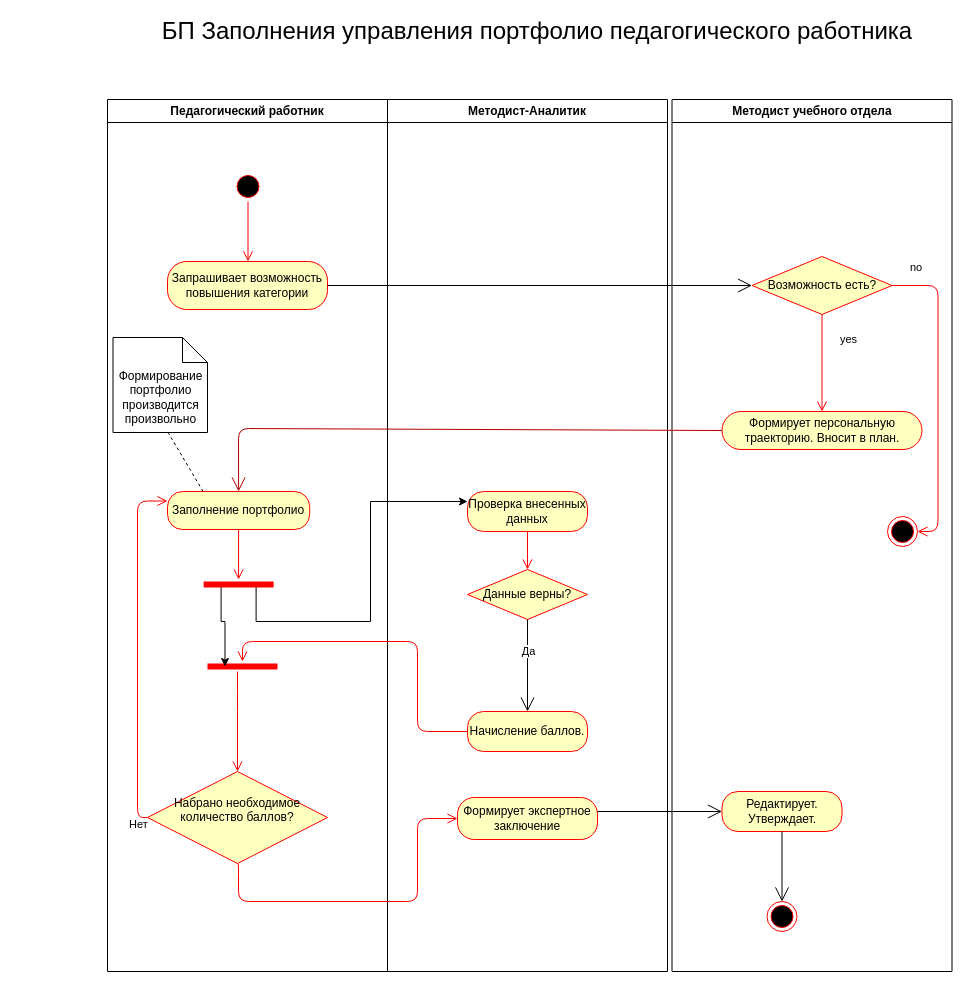
The draw.io diagram Ведение портфолио.drawio in Alexk80/keywords, before the edit. Source tidied: cells renumbered, new cells numbered last; positions are measured from the earlier drawing's top-left corner, leaving out a move shared by most shapes. Both pictures are drawn from the tidied source at 100%, with x=0, y=0 at pixel (107, 21).
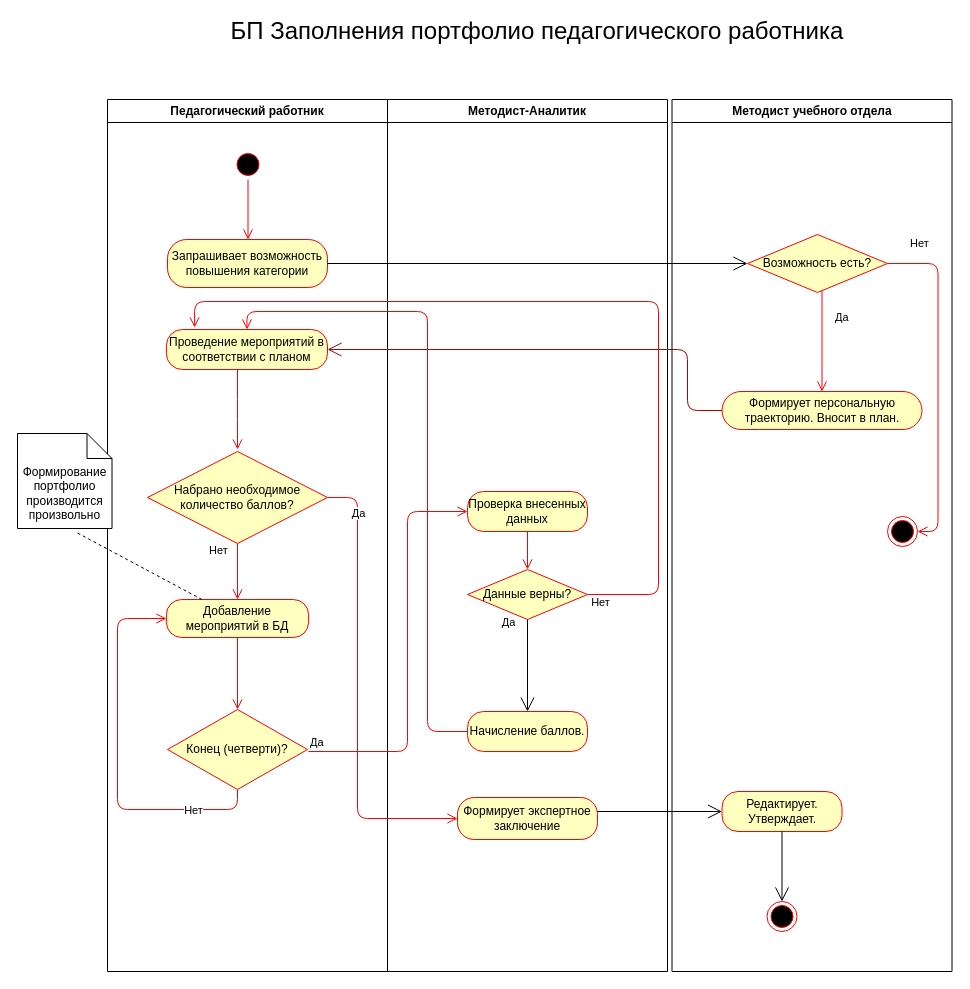
The same page after the edit.

The change refers to these unchanged cells:
```xml
<mxCell id="2" value="Педагогический работник" style="swimlane;whiteSpace=wrap;" parent="1" vertex="1">
  <mxGeometry y="78" width="280" height="872" as="geometry" />
</mxCell>
<mxCell id="14" value="Начисление баллов." style="rounded=1;whiteSpace=wrap;html=1;arcSize=40;fontColor=#000000;fillColor=#ffffc0;strokeColor=#ff0000;" parent="13" vertex="1">
  <mxGeometry x="80" y="612" width="120" height="40" as="geometry" />
</mxCell>
<mxCell id="15" value="Проверка внесенных данных" style="rounded=1;whiteSpace=wrap;html=1;arcSize=40;fontColor=#000000;fillColor=#ffffc0;strokeColor=#ff0000;" parent="13" vertex="1">
  <mxGeometry x="80" y="392" width="120" height="40" as="geometry" />
</mxCell>
<mxCell id="16" value="Данные верны?" style="rhombus;whiteSpace=wrap;html=1;fillColor=#ffffc0;strokeColor=#ff0000;" parent="13" vertex="1">
  <mxGeometry x="80" y="470" width="120" height="50" as="geometry" />
</mxCell>
<mxCell id="18" style="endArrow=open;endFill=1;endSize=12;html=1;entryX=0.5;entryY=0;entryDx=0;entryDy=0;exitX=0.5;exitY=1;exitDx=0;exitDy=0;" parent="13" edge="1" source="16" target="14">
  <mxGeometry relative="1" as="geometry" />
</mxCell>
<mxCell id="20" value="Формирует экспертное заключение" style="rounded=1;whiteSpace=wrap;html=1;arcSize=40;fontColor=#000000;fillColor=#ffffc0;strokeColor=#ff0000;" parent="13" vertex="1">
  <mxGeometry x="70" y="698" width="140" height="42" as="geometry" />
</mxCell>
<mxCell id="22" value="Методист учебного отдела" style="swimlane;whiteSpace=wrap;" parent="1" vertex="1">
  <mxGeometry x="564.5" y="78" width="280" height="872" as="geometry" />
</mxCell>
<mxCell id="26" style="ellipse;html=1;shape=endState;fillColor=#000000;strokeColor=#ff0000;" parent="22" vertex="1">
  <mxGeometry x="215.5" y="417" width="30" height="30" as="geometry" />
</mxCell>
```

What changed in the source:
```diff
@@
     <mxCell id="3" style="ellipse;html=1;shape=startState;fillColor=#000000;strokeColor=#ff0000;" parent="2" vertex="1">
-      <mxGeometry x="125.5" y="72" width="30" height="30" as="geometry" />
+      <mxGeometry x="125.5" y="50" width="30" height="30" as="geometry" />
     </mxCell>
     <mxCell id="4" style="edgeStyle=orthogonalEdgeStyle;html=1;verticalAlign=bottom;endArrow=open;endSize=8;strokeColor=#ff0000;" parent="2" edge="1" source="3">
       <mxGeometry relative="1" as="geometry">
-        <mxPoint x="140.5" y="162" as="targetPoint" />
+        <mxPoint x="140.5" y="140" as="targetPoint" />
       </mxGeometry>
     </mxCell>
     <mxCell id="5" value="Запрашивает возможность повышения категории" style="rounded=1;whiteSpace=wrap;html=1;arcSize=40;fontColor=#000000;fillColor=#ffffc0;strokeColor=#ff0000;" parent="2" vertex="1">
-      <mxGeometry x="60" y="162" width="160" height="48" as="geometry" />
+      <mxGeometry x="60" y="140" width="160" height="48" as="geometry" />
     </mxCell>
-    <mxCell id="6" value="Заполнение портфолио" style="rounded=1;whiteSpace=wrap;html=1;arcSize=40;fontColor=#000000;fillColor=#ffffc0;strokeColor=#ff0000;" parent="2" vertex="1">
-      <mxGeometry x="60" y="392" width="142.2" height="38" as="geometry" />
-    </mxCell>
-    <mxCell id="7" value="Формирование портфолио производится произвольно" style="shape=note2;boundedLbl=1;whiteSpace=wrap;html=1;size=25;verticalAlign=top;align=center;" parent="2" vertex="1">
-      <mxGeometry x="5.5" y="238" width="94.5" height="95" as="geometry" />
-    </mxCell>
-    <mxCell id="8" style="endArrow=none;dashed=1;html=1;exitX=0.25;exitY=0;exitDx=0;exitDy=0;" parent="2" edge="1" source="6">
-      <mxGeometry relative="1" as="geometry">
-        <mxPoint x="60" y="332" as="targetPoint" />
-      </mxGeometry>
-    </mxCell>
-    <mxCell id="9" value="&lt;div&gt;Набрано необходимое количество баллов?&lt;/div&gt;&lt;div&gt;&lt;br&gt;&lt;/div&gt;" style="rhombus;whiteSpace=wrap;html=1;fillColor=#ffffc0;strokeColor=#ff0000;" parent="2" vertex="1">
-      <mxGeometry x="40" y="672" width="180" height="92" as="geometry" />
+    <mxCell id="9" value="&lt;div&gt;Набрано необходимое количество баллов?&lt;/div&gt;" style="rhombus;whiteSpace=wrap;html=1;fillColor=#ffffc0;strokeColor=#ff0000;" parent="2" vertex="1">
+      <mxGeometry x="40" y="352" width="180" height="92" as="geometry" />
     </mxCell>
-    <mxCell id="10" value="Нет" style="edgeStyle=orthogonalEdgeStyle;html=1;align=left;verticalAlign=bottom;endArrow=open;endSize=8;strokeColor=#ff0000;exitX=0;exitY=0.5;exitDx=0;exitDy=0;entryX=0;entryY=0.25;entryDx=0;entryDy=0;" parent="2" edge="1" source="9" target="6">
-      <mxGeometry x="-0.93" y="21" relative="1" as="geometry">
-        <mxPoint x="11" y="18" as="offset" />
-      </mxGeometry>
+    <mxCell id="10" value="Нет" style="edgeStyle=orthogonalEdgeStyle;html=1;align=left;verticalAlign=bottom;endArrow=open;endSize=8;strokeColor=#ff0000;entryX=0.5;entryY=0;entryDx=0;entryDy=0;exitX=0.5;exitY=1;exitDx=0;exitDy=0;" parent="2" edge="1" source="9" target="6">
+      <mxGeometry x="-0.43" y="-30" relative="1" as="geometry" />
     </mxCell>
-    <mxCell id="11" style="shape=line;html=1;strokeWidth=6;strokeColor=#ff0000;" parent="2" vertex="1">
-      <mxGeometry x="100" y="562" width="70" height="10" as="geometry" />
-    </mxCell>
-    <mxCell id="12" style="edgeStyle=orthogonalEdgeStyle;html=1;verticalAlign=bottom;endArrow=open;endSize=8;strokeColor=#ff0000;entryX=0.5;entryY=0;entryDx=0;entryDy=0;" parent="2" edge="1" source="11" target="9">
-      <mxGeometry relative="1" as="geometry">
-        <Array as="points">
-          <mxPoint x="130" y="602" />
-          <mxPoint x="130" y="602" />
-        </Array>
-      </mxGeometry>
-    </mxCell>
+    <mxCell id="40" value="Конец (четверти)?" style="rhombus;whiteSpace=wrap;html=1;fillColor=#ffffc0;strokeColor=#ff0000;" parent="2" vertex="1">
+      <mxGeometry x="60" y="610" width="140" height="80" as="geometry" />
+    </mxCell>
+    <mxCell id="6" value="Добавление мероприятий в БД" style="rounded=1;whiteSpace=wrap;html=1;arcSize=40;fontColor=#000000;fillColor=#ffffc0;strokeColor=#ff0000;" parent="2" vertex="1">
+      <mxGeometry x="58.9" y="500" width="142.2" height="38" as="geometry" />
+    </mxCell>
+    <mxCell id="41" style="edgeStyle=orthogonalEdgeStyle;html=1;verticalAlign=bottom;endArrow=open;endSize=8;strokeColor=#ff0000;exitX=0.5;exitY=1;exitDx=0;exitDy=0;entryX=0;entryY=0.5;entryDx=0;entryDy=0;" parent="2" edge="1" source="40" target="6">
+      <mxGeometry relative="1" as="geometry">
+        <Array as="points">
+          <mxPoint x="130" y="710" />
+          <mxPoint x="10" y="710" />
+          <mxPoint x="10" y="519" />
+        </Array>
+      </mxGeometry>
+    </mxCell>
+    <mxCell id="42" value="Нет" style="edgeLabel;html=1;align=center;verticalAlign=middle;" parent="41" vertex="1">
+      <mxGeometry x="-0.66" relative="1" as="geometry" />
+    </mxCell>
+    <mxCell id="43" value="Проведение мероприятий в соответствии с планом" style="rounded=1;whiteSpace=wrap;html=1;arcSize=40;fontColor=#000000;fillColor=#ffffc0;strokeColor=#ff0000;" parent="2" vertex="1">
+      <mxGeometry x="58.9" y="230" width="161.1" height="40" as="geometry" />
+    </mxCell>
+    <mxCell id="44" style="edgeStyle=orthogonalEdgeStyle;html=1;verticalAlign=bottom;endArrow=open;endSize=8;strokeColor=#ff0000;" parent="2" edge="1" source="43">
+      <mxGeometry relative="1" as="geometry">
+        <mxPoint x="130" y="350" as="targetPoint" />
+        <Array as="points">
+          <mxPoint x="130" y="310" />
+          <mxPoint x="130" y="310" />
+        </Array>
+      </mxGeometry>
+    </mxCell>
+    <mxCell id="36" style="edgeStyle=orthogonalEdgeStyle;html=1;verticalAlign=bottom;endArrow=open;endSize=8;strokeColor=#ff0000;entryX=0.5;entryY=0;entryDx=0;entryDy=0;exitX=0.5;exitY=1;exitDx=0;exitDy=0;" parent="2" edge="1" source="6" target="40">
+      <mxGeometry relative="1" as="geometry" />
+    </mxCell>
@@
     <mxCell id="19" value="&lt;div&gt;Да&lt;/div&gt;" style="edgeLabel;html=1;align=center;verticalAlign=middle;" parent="18" vertex="1">
-      <mxGeometry x="-0.32" relative="1" as="geometry" />
+      <mxGeometry x="-0.32" relative="1" as="geometry">
+        <mxPoint x="-20" y="-29" as="offset" />
+      </mxGeometry>
     </mxCell>
@@
     <mxCell id="23" value="Формирует персональную траекторию. Вносит в план." style="rounded=1;whiteSpace=wrap;html=1;arcSize=50;fontColor=#000000;fillColor=#ffffc0;strokeColor=#ff0000;" parent="22" vertex="1">
-      <mxGeometry x="50" y="312" width="200" height="38" as="geometry" />
+      <mxGeometry x="50" y="292" width="200" height="38" as="geometry" />
     </mxCell>
     <mxCell id="24" value="Возможность есть?" style="rhombus;whiteSpace=wrap;html=1;fillColor=#ffffc0;strokeColor=#ff0000;" parent="22" vertex="1">
-      <mxGeometry x="80" y="157" width="140" height="58" as="geometry" />
+      <mxGeometry x="75.5" y="135" width="140" height="58" as="geometry" />
     </mxCell>
-    <mxCell id="25" value="no" style="edgeStyle=orthogonalEdgeStyle;html=1;align=left;verticalAlign=bottom;endArrow=open;endSize=8;strokeColor=#ff0000;entryX=0.5;entryY=0;entryDx=0;entryDy=0;" parent="22" edge="1" source="24" target="23">
+    <mxCell id="25" value="Нет" style="edgeStyle=orthogonalEdgeStyle;html=1;align=left;verticalAlign=bottom;endArrow=open;endSize=8;strokeColor=#ff0000;entryX=0.5;entryY=0;entryDx=0;entryDy=0;" parent="22" edge="1" source="24" target="23">
       <mxGeometry x="-1" y="94" relative="1" as="geometry">
         <Array as="points">
           <mxPoint x="150" y="292" />
           <mxPoint x="150" y="292" />
         </Array>
         <mxPoint x="-8" y="-38" as="offset" />
       </mxGeometry>
     </mxCell>
@@
-    <mxCell id="27" value="yes" style="edgeStyle=orthogonalEdgeStyle;html=1;align=left;verticalAlign=top;endArrow=open;endSize=8;strokeColor=#ff0000;" parent="22" edge="1" source="24" target="26">
+    <mxCell id="27" value="Да" style="edgeStyle=orthogonalEdgeStyle;html=1;align=left;verticalAlign=top;endArrow=open;endSize=8;strokeColor=#ff0000;exitX=1;exitY=0.5;exitDx=0;exitDy=0;" parent="22" edge="1" source="24" target="26">
       <mxGeometry x="-1" y="-68" relative="1" as="geometry">
         <Array as="points">
-          <mxPoint x="266" y="186" />
+          <mxPoint x="266" y="164" />
           <mxPoint x="266" y="432" />
         </Array>
         <mxPoint x="-54" y="-27" as="offset" />
       </mxGeometry>
     </mxCell>
@@
-    <mxCell id="31" value="&lt;font style=&quot;font-size: 24px&quot;&gt;БП Заполнения управления портфолио педагогического работника&lt;/font&gt;" style="text;html=1;strokeColor=none;fillColor=none;align=center;verticalAlign=middle;whiteSpace=wrap;rounded=0;" parent="1" vertex="1">
+    <mxCell id="31" value="&lt;font style=&quot;font-size: 24px&quot;&gt;БП Заполнения портфолио педагогического работника&lt;/font&gt;" style="text;html=1;strokeColor=none;fillColor=none;align=center;verticalAlign=middle;whiteSpace=wrap;rounded=0;" parent="1" vertex="1">
       <mxGeometry x="40" width="780" height="20" as="geometry" />
     </mxCell>
-    <mxCell id="32" style="endArrow=open;endFill=1;endSize=12;html=1;exitX=0;exitY=0.5;exitDx=0;exitDy=0;entryX=0.5;entryY=0;entryDx=0;entryDy=0;fillColor=#e51400;strokeColor=#B20000;" parent="1" edge="1" source="23" target="6">
+    <mxCell id="32" style="endArrow=open;endFill=1;endSize=12;html=1;exitX=0;exitY=0.5;exitDx=0;exitDy=0;fillColor=#e51400;strokeColor=#B20000;entryX=1;entryY=0.5;entryDx=0;entryDy=0;" parent="1" edge="1" source="23" target="43">
       <mxGeometry relative="1" as="geometry">
         <Array as="points">
-          <mxPoint x="131" y="407" />
+          <mxPoint x="580" y="389" />
+          <mxPoint x="580" y="328" />
         </Array>
       </mxGeometry>
     </mxCell>
-    <mxCell id="33" style="edgeStyle=orthogonalEdgeStyle;rounded=0;jettySize=auto;html=1;exitX=0.75;exitY=0.5;exitDx=0;exitDy=0;exitPerimeter=0;entryX=0;entryY=0.25;entryDx=0;entryDy=0;" parent="1" edge="1" source="35" target="15">
-      <mxGeometry relative="1" as="geometry">
-        <Array as="points">
-          <mxPoint x="149" y="600" />
-          <mxPoint x="263" y="600" />
-          <mxPoint x="263" y="480" />
-        </Array>
-      </mxGeometry>
-    </mxCell>
-    <mxCell id="34" style="edgeStyle=orthogonalEdgeStyle;rounded=0;jettySize=auto;html=1;exitX=0.25;exitY=0.5;exitDx=0;exitDy=0;exitPerimeter=0;entryX=0.25;entryY=0.5;entryDx=0;entryDy=0;entryPerimeter=0;" parent="1" edge="1" source="35" target="11">
-      <mxGeometry relative="1" as="geometry">
-        <Array as="points">
-          <mxPoint x="114" y="600" />
-          <mxPoint x="118" y="600" />
-        </Array>
-      </mxGeometry>
-    </mxCell>
-    <mxCell id="35" style="shape=line;html=1;strokeWidth=6;strokeColor=#ff0000;" parent="1" vertex="1">
-      <mxGeometry x="96.1" y="558" width="70" height="10" as="geometry" />
-    </mxCell>
-    <mxCell id="36" style="edgeStyle=orthogonalEdgeStyle;html=1;verticalAlign=bottom;endArrow=open;endSize=8;strokeColor=#ff0000;" parent="1" edge="1" source="6" target="35">
-      <mxGeometry relative="1" as="geometry" />
-    </mxCell>
-    <mxCell id="37" style="edgeStyle=orthogonalEdgeStyle;html=1;verticalAlign=bottom;endArrow=open;endSize=8;strokeColor=#ff0000;" parent="1" edge="1" source="14" target="11">
-      <mxGeometry relative="1" as="geometry">
-        <Array as="points">
-          <mxPoint x="310" y="710" />
-          <mxPoint x="310" y="620" />
-          <mxPoint x="135" y="620" />
-        </Array>
-      </mxGeometry>
-    </mxCell>
+    <mxCell id="39" style="endArrow=open;endFill=1;endSize=12;html=1;entryX=0;entryY=0.5;entryDx=0;entryDy=0;" parent="1" edge="1" source="5" target="24">
+      <mxGeometry relative="1" as="geometry" />
+    </mxCell>
+    <mxCell id="45" value="Да" style="edgeStyle=orthogonalEdgeStyle;html=1;align=left;verticalAlign=bottom;endArrow=open;endSize=8;strokeColor=#ff0000;entryX=0;entryY=0.5;entryDx=0;entryDy=0;" parent="1" edge="1" target="15">
+      <mxGeometry x="-1" relative="1" as="geometry">
+        <mxPoint x="201" y="730" as="sourcePoint" />
+        <Array as="points">
+          <mxPoint x="201" y="730" />
+          <mxPoint x="300" y="730" />
+          <mxPoint x="300" y="490" />
+        </Array>
+      </mxGeometry>
+    </mxCell>
+    <mxCell id="7" value="Формирование портфолио производится произвольно" style="shape=note2;boundedLbl=1;whiteSpace=wrap;html=1;size=25;verticalAlign=top;align=center;" parent="1" vertex="1">
+      <mxGeometry x="-90" y="412" width="94.5" height="95" as="geometry" />
+    </mxCell>
+    <mxCell id="8" style="endArrow=none;dashed=1;html=1;exitX=0.25;exitY=0;exitDx=0;exitDy=0;entryX=0.624;entryY=1.042;entryDx=0;entryDy=0;entryPerimeter=0;" parent="1" edge="1" source="6" target="7">
+      <mxGeometry relative="1" as="geometry" />
+    </mxCell>
-    <mxCell id="38" style="edgeStyle=orthogonalEdgeStyle;html=1;verticalAlign=bottom;endArrow=open;endSize=8;strokeColor=#ff0000;exitX=0.5;exitY=1;exitDx=0;exitDy=0;entryX=0;entryY=0.5;entryDx=0;entryDy=0;" parent="1" edge="1" source="9" target="20">
+    <mxCell id="38" style="edgeStyle=orthogonalEdgeStyle;html=1;verticalAlign=bottom;endArrow=open;endSize=8;strokeColor=#ff0000;exitX=1;exitY=0.5;exitDx=0;exitDy=0;entryX=0;entryY=0.5;entryDx=0;entryDy=0;" parent="1" edge="1" source="9" target="20">
       <mxGeometry relative="1" as="geometry">
         <Array as="points">
-          <mxPoint x="131" y="842" />
-          <mxPoint x="131" y="880" />
-          <mxPoint x="310" y="880" />
-          <mxPoint x="310" y="797" />
+          <mxPoint x="250" y="476" />
+          <mxPoint x="250" y="797" />
         </Array>
       </mxGeometry>
     </mxCell>
-    <mxCell id="39" style="endArrow=open;endFill=1;endSize=12;html=1;entryX=0;entryY=0.5;entryDx=0;entryDy=0;" parent="1" edge="1" source="5" target="24">
-      <mxGeometry relative="1" as="geometry" />
-    </mxCell>
+    <mxCell id="46" value="Да" style="edgeLabel;html=1;align=center;verticalAlign=middle;" parent="38" vertex="1">
+      <mxGeometry x="-0.8" relative="1" as="geometry" />
+    </mxCell>
+    <mxCell id="47" style="edgeStyle=orthogonalEdgeStyle;html=1;verticalAlign=bottom;endArrow=open;endSize=8;strokeColor=#ff0000;exitX=0;exitY=0.5;exitDx=0;exitDy=0;entryX=0.5;entryY=0;entryDx=0;entryDy=0;" parent="1" edge="1" source="14" target="43">
+      <mxGeometry relative="1" as="geometry">
+        <Array as="points">
+          <mxPoint x="320" y="710" />
+          <mxPoint x="320" y="290" />
+          <mxPoint x="139" y="290" />
+        </Array>
+      </mxGeometry>
+    </mxCell>
+    <mxCell id="48" style="edgeStyle=orthogonalEdgeStyle;html=1;verticalAlign=bottom;endArrow=open;endSize=8;strokeColor=#ff0000;exitX=1;exitY=0.5;exitDx=0;exitDy=0;entryX=0.175;entryY=-0.05;entryDx=0;entryDy=0;entryPerimeter=0;" parent="1" edge="1" source="16" target="43">
+      <mxGeometry relative="1" as="geometry">
+        <Array as="points">
+          <mxPoint x="551" y="573" />
+          <mxPoint x="551" y="280" />
+          <mxPoint x="87" y="280" />
+        </Array>
+      </mxGeometry>
+    </mxCell>
+    <mxCell id="49" value="Нет" style="edgeLabel;html=1;align=center;verticalAlign=middle;" parent="48" vertex="1">
+      <mxGeometry x="-0.87" relative="1" as="geometry">
+        <mxPoint x="-44" y="7" as="offset" />
+      </mxGeometry>
+    </mxCell>
```
